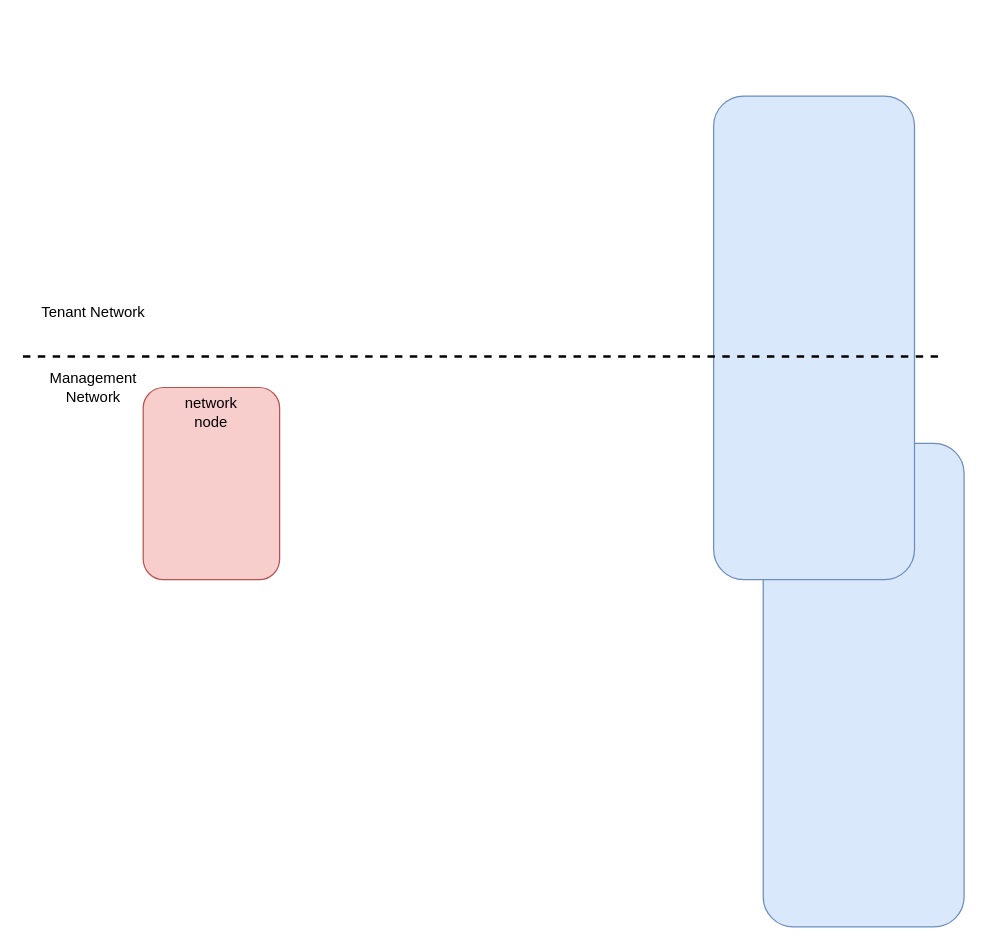
jarod-w/fordraw.io keeps this draw.io diagram as array_deployment_arch.drawio. Above is the earlier version. Source tidied: cells renumbered, new cells numbered last; positions are measured from the earlier drawing's top-left corner, leaving out a move shared by most shapes. Both pictures are drawn from the tidied source at 124%, with x=0, y=0 at pixel (22, 95).
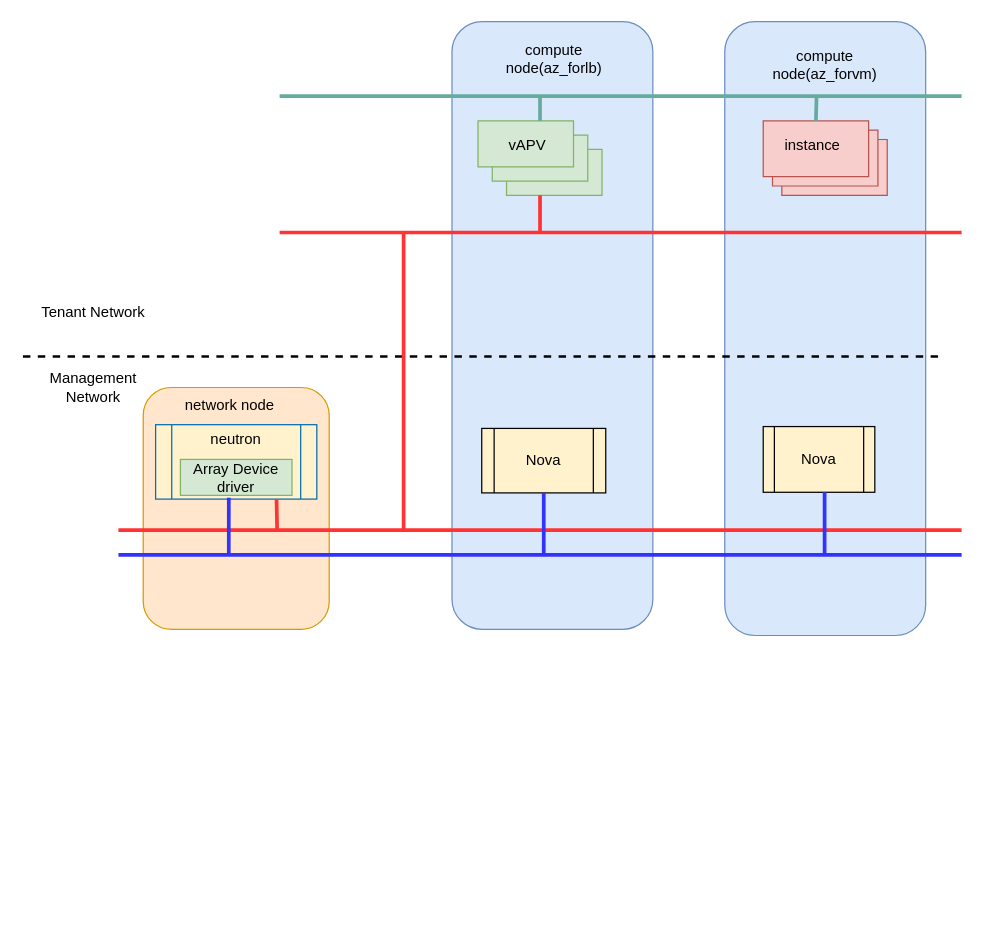
The same diagram, later.

The edit, as a diff of the source:
```diff
@@
-    <mxCell id="4" style="rounded=1;whiteSpace=wrap;html=1;fillColor=#f8cecc;strokeColor=#b85450;" parent="1" vertex="1">
-      <mxGeometry x="97" y="235" width="110" height="155" as="geometry" />
+    <mxCell id="4" style="rounded=1;whiteSpace=wrap;html=1;fillColor=#ffe6cc;strokeColor=#d79b00;" parent="1" vertex="1">
+      <mxGeometry x="97" y="235" width="150" height="195" as="geometry" />
     </mxCell>
     <mxCell id="5" style="rounded=1;whiteSpace=wrap;html=1;fillColor=#dae8fc;strokeColor=#6c8ebf;" parent="1" vertex="1">
-      <mxGeometry x="597" y="280" width="162" height="390" as="geometry" />
+      <mxGeometry x="566" y="-60" width="162" height="495" as="geometry" />
     </mxCell>
     <mxCell id="6" style="rounded=1;whiteSpace=wrap;html=1;fillColor=#dae8fc;strokeColor=#6c8ebf;" parent="1" vertex="1">
-      <mxGeometry x="557" width="162" height="390" as="geometry" />
+      <mxGeometry x="346" y="-60" width="162" height="490" as="geometry" />
     </mxCell>
@@
     <mxCell id="8" value="network node" style="text;html=1;strokeColor=none;fillColor=none;align=center;verticalAlign=middle;whiteSpace=wrap;rounded=0;" parent="1" vertex="1">
-      <mxGeometry x="117" y="240" width="70" height="30" as="geometry" />
+      <mxGeometry x="117" y="240" width="100" height="20" as="geometry" />
     </mxCell>
+    <mxCell id="9" style="endArrow=none;html=1;fillColor=#008a00;strokeColor=#FF3333;strokeWidth=3;" parent="1" edge="1">
+      <mxGeometry relative="1" as="geometry">
+        <mxPoint x="77" y="350" as="sourcePoint" />
+        <mxPoint x="757" y="350" as="targetPoint" />
+      </mxGeometry>
+    </mxCell>
+    <mxCell id="10" style="endArrow=none;html=1;strokeWidth=3;fillColor=#6a00ff;strokeColor=#3333FF;" parent="1" edge="1">
+      <mxGeometry relative="1" as="geometry">
+        <mxPoint x="77" y="370" as="sourcePoint" />
+        <mxPoint x="757" y="370" as="targetPoint" />
+      </mxGeometry>
+    </mxCell>
+    <mxCell id="11" style="shape=process;whiteSpace=wrap;html=1;backgroundOutline=1;fillColor=#FFF2CC;strokeColor=#006EAF;fontColor=#ffffff;" parent="1" vertex="1">
+      <mxGeometry x="107" y="265" width="130" height="60" as="geometry" />
+    </mxCell>
+    <mxCell id="12" value="neutron" style="text;html=1;strokeColor=none;fillColor=none;align=center;verticalAlign=middle;whiteSpace=wrap;rounded=0;" parent="1" vertex="1">
+      <mxGeometry x="142" y="273" width="60" height="7" as="geometry" />
+    </mxCell>
+    <mxCell id="13" value="Array Device driver" style="rounded=0;whiteSpace=wrap;html=1;fillColor=#d5e8d4;strokeColor=#82b366;" parent="1" vertex="1">
+      <mxGeometry x="127" y="293" width="90" height="29" as="geometry" />
+    </mxCell>
+    <mxCell id="14" style="endArrow=none;html=1;strokeWidth=3;entryX=0.75;entryY=1;entryDx=0;entryDy=0;strokeColor=#FF3333;" parent="1" edge="1" target="11">
+      <mxGeometry relative="1" as="geometry">
+        <mxPoint x="205" y="350" as="sourcePoint" />
+      </mxGeometry>
+    </mxCell>
+    <mxCell id="15" style="endArrow=none;html=1;strokeColor=#3333FF;strokeWidth=3;entryX=0.454;entryY=0.983;entryDx=0;entryDy=0;entryPerimeter=0;" parent="1" edge="1" target="11">
+      <mxGeometry relative="1" as="geometry">
+        <mxPoint x="166" y="370" as="sourcePoint" />
+      </mxGeometry>
+    </mxCell>
+    <mxCell id="16" value="Nova" style="shape=process;whiteSpace=wrap;html=1;backgroundOutline=1;fillColor=#FFF2CC;" parent="1" vertex="1">
+      <mxGeometry x="370" y="268" width="100" height="52" as="geometry" />
+    </mxCell>
+    <mxCell id="17" value="Nova" style="shape=process;whiteSpace=wrap;html=1;backgroundOutline=1;fillColor=#FFF2CC;" parent="1" vertex="1">
+      <mxGeometry x="597" y="266.5" width="90" height="53" as="geometry" />
+    </mxCell>
+    <mxCell id="18" style="endArrow=none;html=1;strokeColor=#FF3333;strokeWidth=3;" parent="1" edge="1">
+      <mxGeometry relative="1" as="geometry">
+        <mxPoint x="307" y="350" as="sourcePoint" />
+        <mxPoint x="307" y="110" as="targetPoint" />
+        <Array as="points">
+          <mxPoint x="307" y="265" />
+        </Array>
+      </mxGeometry>
+    </mxCell>
+    <mxCell id="19" style="endArrow=none;html=1;strokeColor=#FF3333;strokeWidth=3;" parent="1" edge="1">
+      <mxGeometry relative="1" as="geometry">
+        <mxPoint x="207" y="110" as="sourcePoint" />
+        <mxPoint x="757" y="110" as="targetPoint" />
+      </mxGeometry>
+    </mxCell>
+    <mxCell id="20" style="endArrow=none;html=1;strokeColor=#3333FF;strokeWidth=3;entryX=0.5;entryY=1;entryDx=0;entryDy=0;" parent="1" edge="1" target="16">
+      <mxGeometry relative="1" as="geometry">
+        <mxPoint x="420" y="370" as="sourcePoint" />
+      </mxGeometry>
+    </mxCell>
+    <mxCell id="21" style="endArrow=none;html=1;strokeColor=#3333FF;strokeWidth=3;entryX=0.5;entryY=1;entryDx=0;entryDy=0;" parent="1" edge="1">
+      <mxGeometry relative="1" as="geometry">
+        <mxPoint x="646.5" y="369.5" as="sourcePoint" />
+        <mxPoint x="646.5" y="319.5" as="targetPoint" />
+      </mxGeometry>
+    </mxCell>
+    <mxCell id="22" style="endArrow=none;html=1;strokeColor=#67AB9F;strokeWidth=3;fillColor=#e1d5e7;" parent="1" edge="1">
+      <mxGeometry relative="1" as="geometry">
+        <mxPoint x="207" as="sourcePoint" />
+        <mxPoint x="757" as="targetPoint" />
+      </mxGeometry>
+    </mxCell>
+    <mxCell id="23" value="compute node(az_forlb)" style="text;html=1;strokeColor=none;fillColor=none;align=center;verticalAlign=middle;whiteSpace=wrap;rounded=0;" parent="1" vertex="1">
+      <mxGeometry x="370" y="-40" width="117" height="20" as="geometry" />
+    </mxCell>
+    <mxCell id="24" value="compute node(az_forvm)" style="text;html=1;strokeColor=none;fillColor=none;align=center;verticalAlign=middle;whiteSpace=wrap;rounded=0;" parent="1" vertex="1">
+      <mxGeometry x="597" y="-40" width="100" height="30" as="geometry" />
+    </mxCell>
+    <mxCell id="25" style="verticalLabelPosition=bottom;verticalAlign=top;html=1;shape=mxgraph.basic.layered_rect;dx=23;outlineConnect=0;fillColor=#d5e8d4;strokeColor=#82b366;" parent="1" vertex="1">
+      <mxGeometry x="367" y="20" width="100" height="60" as="geometry" />
+    </mxCell>
+    <mxCell id="26" value="vAPV" style="text;html=1;strokeColor=none;fillColor=none;align=center;verticalAlign=middle;whiteSpace=wrap;rounded=0;" parent="1" vertex="1">
+      <mxGeometry x="387" y="30" width="40" height="20" as="geometry" />
+    </mxCell>
+    <mxCell id="27" style="endArrow=none;html=1;strokeColor=#67AB9F;strokeWidth=3;" parent="1" edge="1" source="25">
+      <mxGeometry relative="1" as="geometry">
+        <mxPoint x="417" as="targetPoint" />
+      </mxGeometry>
+    </mxCell>
+    <mxCell id="28" style="endArrow=none;html=1;strokeColor=#FF3333;strokeWidth=3;" parent="1" edge="1" source="25">
+      <mxGeometry relative="1" as="geometry">
+        <mxPoint x="417" y="110" as="targetPoint" />
+      </mxGeometry>
+    </mxCell>
+    <mxCell id="29" style="verticalLabelPosition=bottom;verticalAlign=top;html=1;shape=mxgraph.basic.layered_rect;dx=15;outlineConnect=0;fillColor=#f8cecc;strokeColor=#b85450;" parent="1" vertex="1">
+      <mxGeometry x="597" y="20" width="100" height="60" as="geometry" />
+    </mxCell>
+    <mxCell id="30" value="instance" style="text;html=1;strokeColor=none;fillColor=none;align=center;verticalAlign=middle;whiteSpace=wrap;rounded=0;" parent="1" vertex="1">
+      <mxGeometry x="607" y="30" width="60" height="20" as="geometry" />
+    </mxCell>
+    <mxCell id="31" style="endArrow=none;html=1;strokeColor=#67AB9F;strokeWidth=3;exitX=0;exitY=0;exitDx=42.5;exitDy=0;exitPerimeter=0;" parent="1" edge="1" source="29">
+      <mxGeometry relative="1" as="geometry">
+        <mxPoint x="640" as="targetPoint" />
+      </mxGeometry>
+    </mxCell>
```
